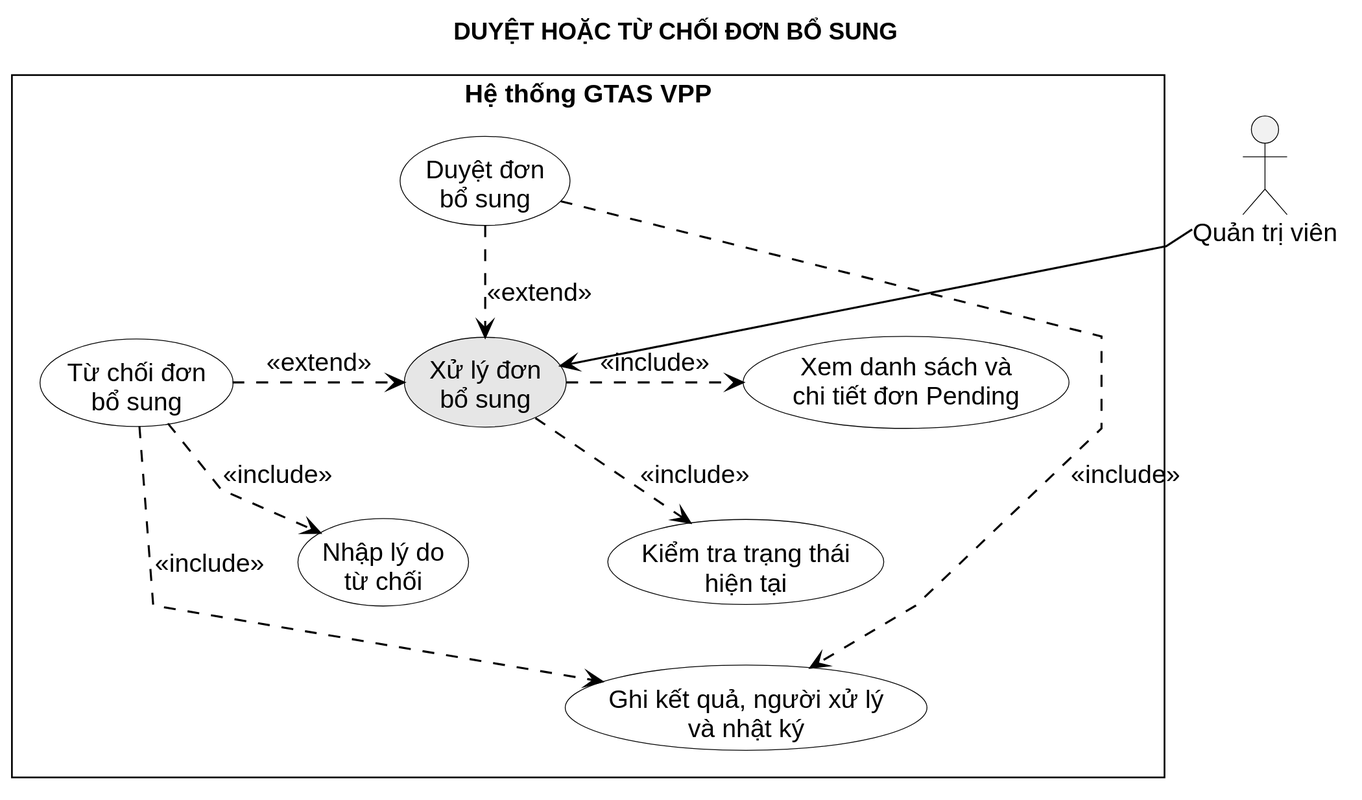
Before: LVTN/diagrams/ch03/use-case-approve-additional-request.svg, a diagram exported from PlantUML (Miikey24s/gtas_vpp). Its diagram source:
```plantuml
@startuml
!include ../common/usecase-style.puml
title DUYỆT HOẶC TỪ CHỐI ĐƠN BỔ SUNG

actor "Quản trị viên" as Admin

rectangle "Hệ thống GTAS VPP" {
  usecase "Xử lý đơn\nbổ sung" as Process #E6E6E6
  usecase "Duyệt đơn\nbổ sung" as Approve
  usecase "Từ chối đơn\nbổ sung" as Reject
  usecase "Xem danh sách và\nchi tiết đơn Pending" as Review
  usecase "Kiểm tra trạng thái\nhiện tại" as State
  usecase "Nhập lý do\ntừ chối" as Reason
  usecase "Ghi kết quả, người xử lý\nvà nhật ký" as Audit

  Process -[hidden]right- Review
  Process .> Review : <<include>>
  Process .> State : <<include>>
  Approve .> Process : <<extend>>
  Reject .> Process : <<extend>>
  Reject .> Reason : <<include>>
  Approve .> Audit : <<include>>
  Reject .> Audit : <<include>>

  Review -[hidden]down- State
  State -[hidden]down- Audit
  Approve -[hidden]down- Reject
  Reject -[hidden]down- Reason
}

Admin --> Process
@enduml
```
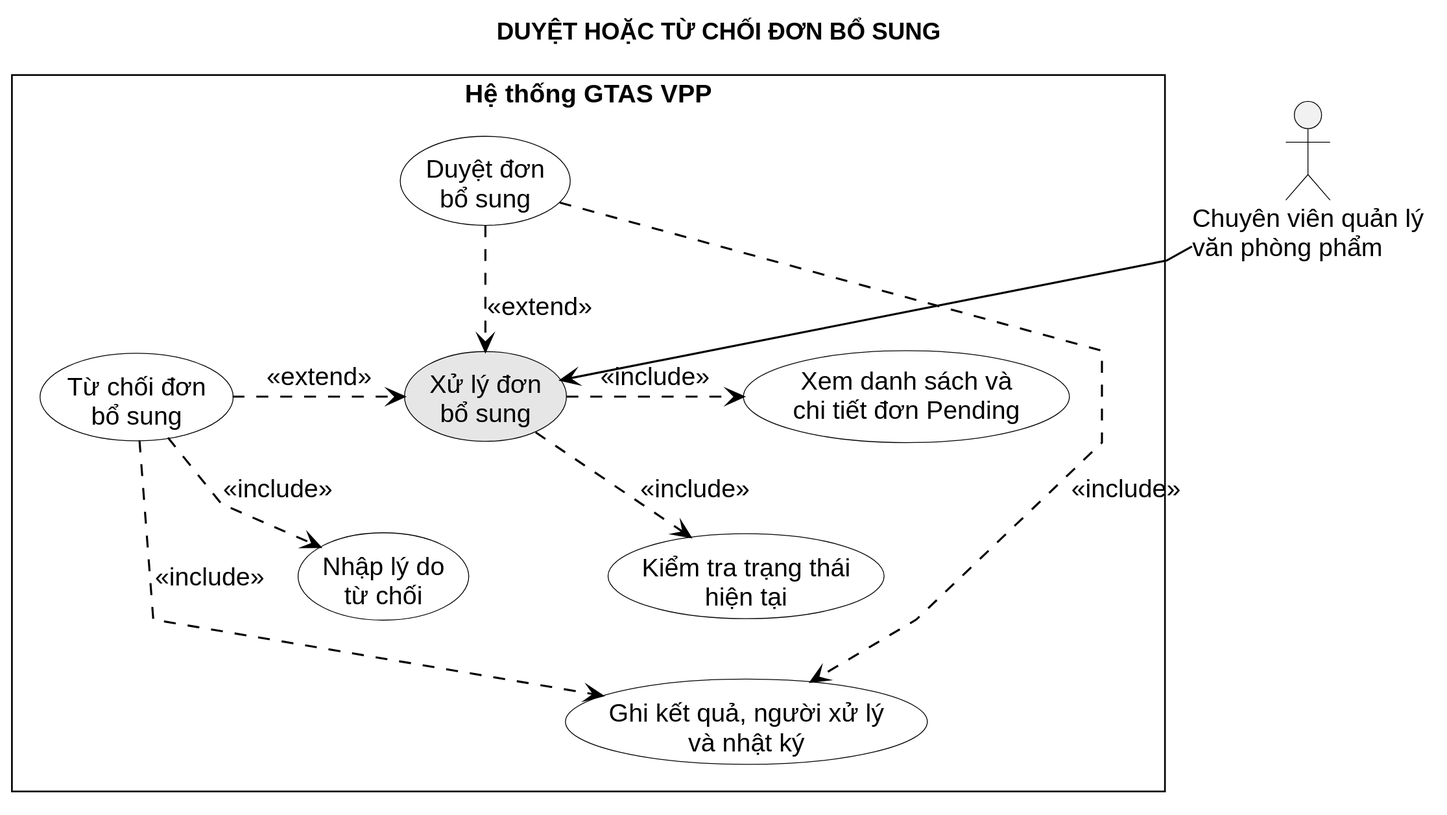
Above is the later version.

The edit, as a diff of the source:
```diff
@@ -2,7 +2,7 @@
 !include ../common/usecase-style.puml
 title DUYỆT HOẶC TỪ CHỐI ĐƠN BỔ SUNG
 
-actor "Quản trị viên" as Admin
+actor "Chuyên viên quản lý\nvăn phòng phẩm" as Procurement
 
 rectangle "Hệ thống GTAS VPP" {
   usecase "Xử lý đơn\nbổ sung" as Process #E6E6E6
@@ -28,5 +28,5 @@
   Reject -[hidden]down- Reason
 }
 
-Admin --> Process
+Procurement --> Process
 @enduml
```
